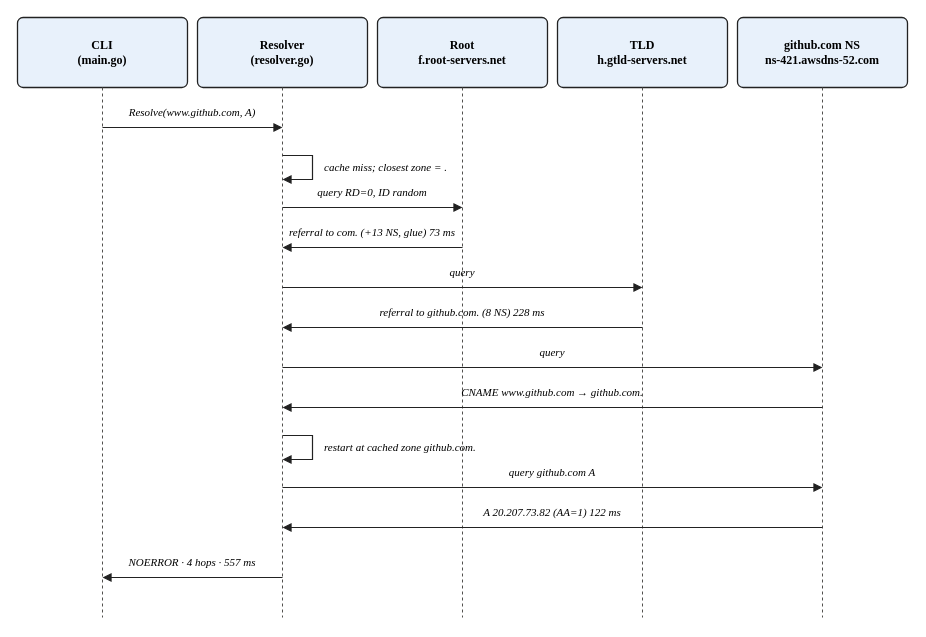
Earlier version of the draw.io diagram diagrams/07-resolution-sequence.drawio (swayam5342/dnsr). Source tidied: cells renumbered, new cells numbered last; positions are measured from the earlier drawing's top-left corner, leaving out a move shared by most shapes. Both pictures are drawn from the tidied source at 100%, with x=0, y=0 at pixel (17, 17).
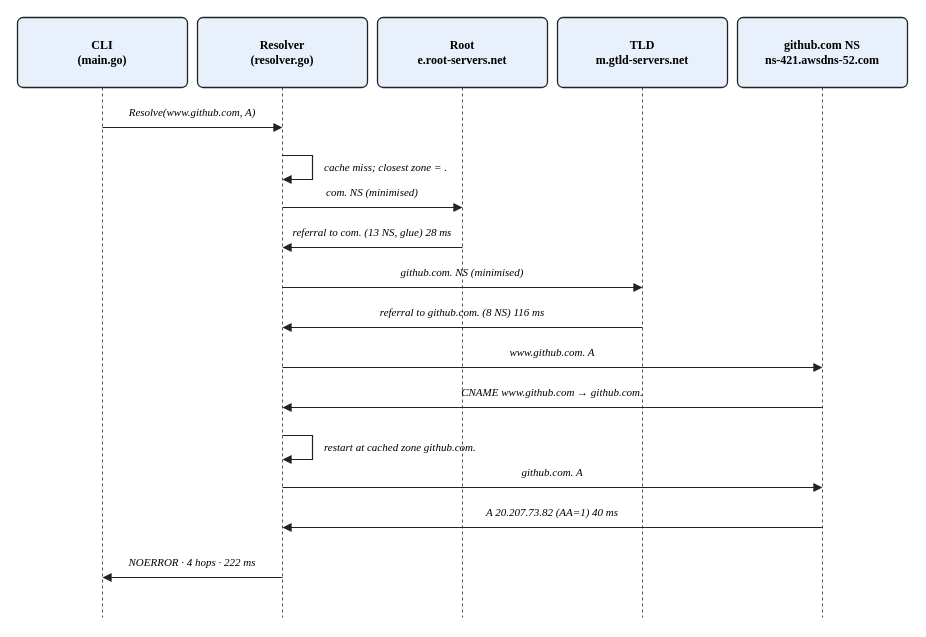
Above is the later version.

Change to the diagram source:
```diff
@@
-    <mxCell id="6" value="&lt;b style=&quot;font-size:12px&quot;&gt;Root&lt;br&gt;f.root-servers.net&lt;/b&gt;" style="rounded=1;arcSize=8;whiteSpace=wrap;html=1;strokeColor=#222222;strokeWidth=1.3;fontFamily=Times New Roman;fillColor=#e8f1fb;" parent="1" vertex="1">
+    <mxCell id="6" value="&lt;b style=&quot;font-size:12px&quot;&gt;Root&lt;br&gt;e.root-servers.net&lt;/b&gt;" style="rounded=1;arcSize=8;whiteSpace=wrap;html=1;strokeColor=#222222;strokeWidth=1.3;fontFamily=Times New Roman;fillColor=#e8f1fb;" parent="1" vertex="1">
       <mxGeometry x="360" width="170" height="70" as="geometry" />
     </mxCell>
@@
-    <mxCell id="8" value="&lt;b style=&quot;font-size:12px&quot;&gt;TLD&lt;br&gt;h.gtld-servers.net&lt;/b&gt;" style="rounded=1;arcSize=8;whiteSpace=wrap;html=1;strokeColor=#222222;strokeWidth=1.3;fontFamily=Times New Roman;fillColor=#e8f1fb;" parent="1" vertex="1">
+    <mxCell id="8" value="&lt;b style=&quot;font-size:12px&quot;&gt;TLD&lt;br&gt;m.gtld-servers.net&lt;/b&gt;" style="rounded=1;arcSize=8;whiteSpace=wrap;html=1;strokeColor=#222222;strokeWidth=1.3;fontFamily=Times New Roman;fillColor=#e8f1fb;" parent="1" vertex="1">
       <mxGeometry x="540" width="170" height="70" as="geometry" />
     </mxCell>
@@
-    <mxCell id="17" value="query RD=0, ID random" style="text;html=1;strokeColor=none;fillColor=none;whiteSpace=wrap;fontFamily=Times New Roman;fontSize=11;fontColor=#000000;align=center;verticalAlign=middle;fontStyle=2;" parent="1" vertex="1">
+    <mxCell id="17" value="com. NS  (minimised)" style="text;html=1;strokeColor=none;fillColor=none;whiteSpace=wrap;fontFamily=Times New Roman;fontSize=11;fontColor=#000000;align=center;verticalAlign=middle;fontStyle=2;" parent="1" vertex="1">
       <mxGeometry x="265" y="162" width="180" height="26" as="geometry" />
     </mxCell>
@@
-    <mxCell id="19" value="referral to com. (+13 NS, glue)  73 ms" style="text;html=1;strokeColor=none;fillColor=none;whiteSpace=wrap;fontFamily=Times New Roman;fontSize=11;fontColor=#000000;align=center;verticalAlign=middle;fontStyle=2;" parent="1" vertex="1">
+    <mxCell id="19" value="referral to com. (13 NS, glue)  28 ms" style="text;html=1;strokeColor=none;fillColor=none;whiteSpace=wrap;fontFamily=Times New Roman;fontSize=11;fontColor=#000000;align=center;verticalAlign=middle;fontStyle=2;" parent="1" vertex="1">
       <mxGeometry x="265" y="202" width="180" height="26" as="geometry" />
     </mxCell>
@@
-    <mxCell id="21" value="query" style="text;html=1;strokeColor=none;fillColor=none;whiteSpace=wrap;fontFamily=Times New Roman;fontSize=11;fontColor=#000000;align=center;verticalAlign=middle;fontStyle=2;" parent="1" vertex="1">
+    <mxCell id="21" value="github.com. NS  (minimised)" style="text;html=1;strokeColor=none;fillColor=none;whiteSpace=wrap;fontFamily=Times New Roman;fontSize=11;fontColor=#000000;align=center;verticalAlign=middle;fontStyle=2;" parent="1" vertex="1">
       <mxGeometry x="265" y="242" width="360" height="26" as="geometry" />
     </mxCell>
@@
-    <mxCell id="23" value="referral to github.com. (8 NS)  228 ms" style="text;html=1;strokeColor=none;fillColor=none;whiteSpace=wrap;fontFamily=Times New Roman;fontSize=11;fontColor=#000000;align=center;verticalAlign=middle;fontStyle=2;" parent="1" vertex="1">
+    <mxCell id="23" value="referral to github.com. (8 NS)  116 ms" style="text;html=1;strokeColor=none;fillColor=none;whiteSpace=wrap;fontFamily=Times New Roman;fontSize=11;fontColor=#000000;align=center;verticalAlign=middle;fontStyle=2;" parent="1" vertex="1">
       <mxGeometry x="265" y="282" width="360" height="26" as="geometry" />
     </mxCell>
@@
-    <mxCell id="25" value="query" style="text;html=1;strokeColor=none;fillColor=none;whiteSpace=wrap;fontFamily=Times New Roman;fontSize=11;fontColor=#000000;align=center;verticalAlign=middle;fontStyle=2;" parent="1" vertex="1">
+    <mxCell id="25" value="www.github.com. A" style="text;html=1;strokeColor=none;fillColor=none;whiteSpace=wrap;fontFamily=Times New Roman;fontSize=11;fontColor=#000000;align=center;verticalAlign=middle;fontStyle=2;" parent="1" vertex="1">
       <mxGeometry x="265" y="322" width="540" height="26" as="geometry" />
     </mxCell>
@@
-    <mxCell id="31" value="query github.com A" style="text;html=1;strokeColor=none;fillColor=none;whiteSpace=wrap;fontFamily=Times New Roman;fontSize=11;fontColor=#000000;align=center;verticalAlign=middle;fontStyle=2;" parent="1" vertex="1">
+    <mxCell id="31" value="github.com. A" style="text;html=1;strokeColor=none;fillColor=none;whiteSpace=wrap;fontFamily=Times New Roman;fontSize=11;fontColor=#000000;align=center;verticalAlign=middle;fontStyle=2;" parent="1" vertex="1">
       <mxGeometry x="265" y="442" width="540" height="26" as="geometry" />
     </mxCell>
@@
-    <mxCell id="33" value="A 20.207.73.82 (AA=1)  122 ms" style="text;html=1;strokeColor=none;fillColor=none;whiteSpace=wrap;fontFamily=Times New Roman;fontSize=11;fontColor=#000000;align=center;verticalAlign=middle;fontStyle=2;" parent="1" vertex="1">
+    <mxCell id="33" value="A 20.207.73.82 (AA=1)  40 ms" style="text;html=1;strokeColor=none;fillColor=none;whiteSpace=wrap;fontFamily=Times New Roman;fontSize=11;fontColor=#000000;align=center;verticalAlign=middle;fontStyle=2;" parent="1" vertex="1">
       <mxGeometry x="265" y="482" width="540" height="26" as="geometry" />
     </mxCell>
@@
-    <mxCell id="35" value="NOERROR · 4 hops · 557 ms" style="text;html=1;strokeColor=none;fillColor=none;whiteSpace=wrap;fontFamily=Times New Roman;fontSize=11;fontColor=#000000;align=center;verticalAlign=middle;fontStyle=2;" parent="1" vertex="1">
+    <mxCell id="35" value="NOERROR · 4 hops · 222 ms" style="text;html=1;strokeColor=none;fillColor=none;whiteSpace=wrap;fontFamily=Times New Roman;fontSize=11;fontColor=#000000;align=center;verticalAlign=middle;fontStyle=2;" parent="1" vertex="1">
       <mxGeometry x="85" y="532" width="180" height="26" as="geometry" />
     </mxCell>
```
